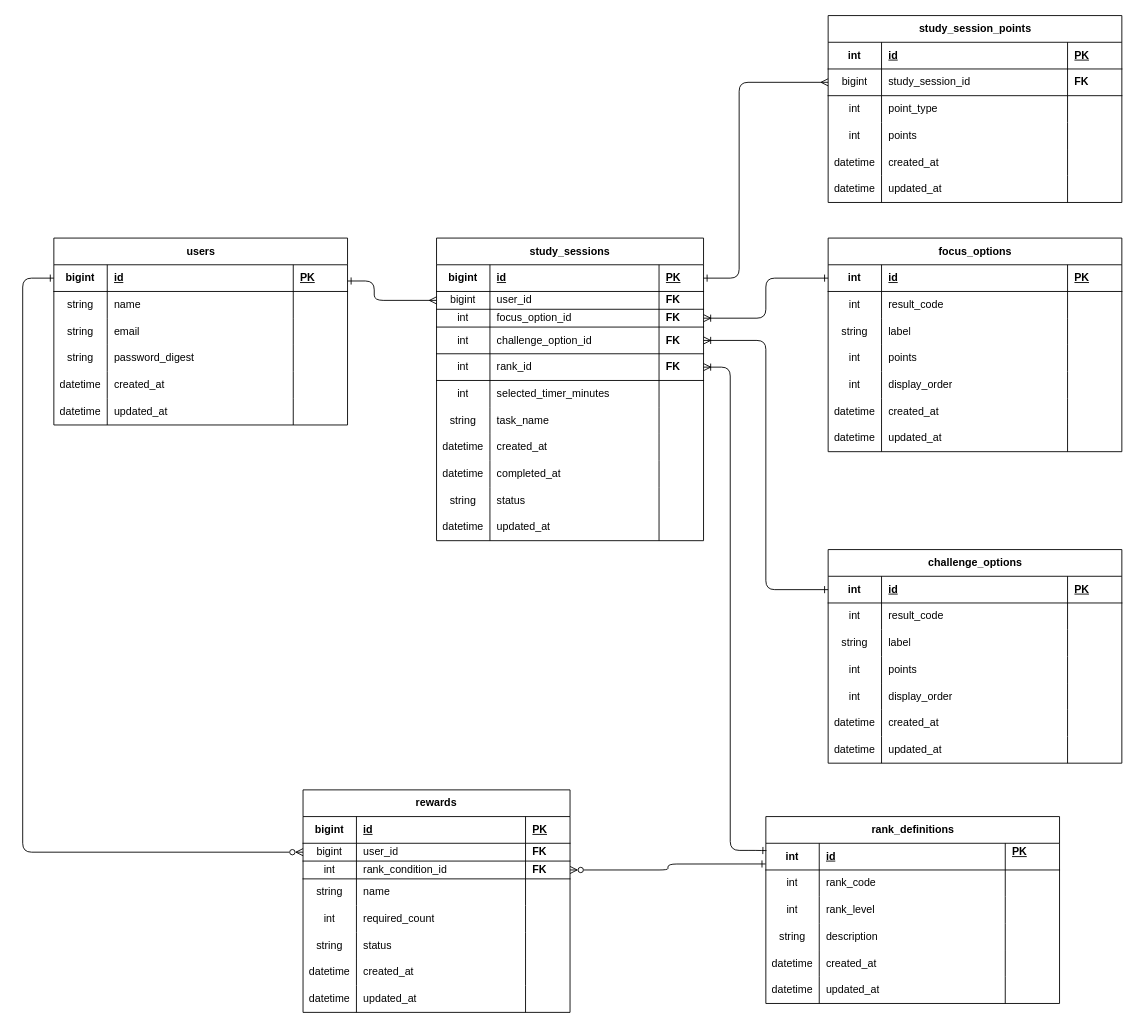
3106ksk/learning-quest keeps this draw.io diagram as .drawio. Above is the earlier version. Source tidied: cells renumbered, new cells numbered last; positions are measured from the earlier drawing's top-left corner, leaving out a move shared by most shapes. Both pictures are drawn from the tidied source at 89%, with x=0, y=0 at pixel (22, 15).
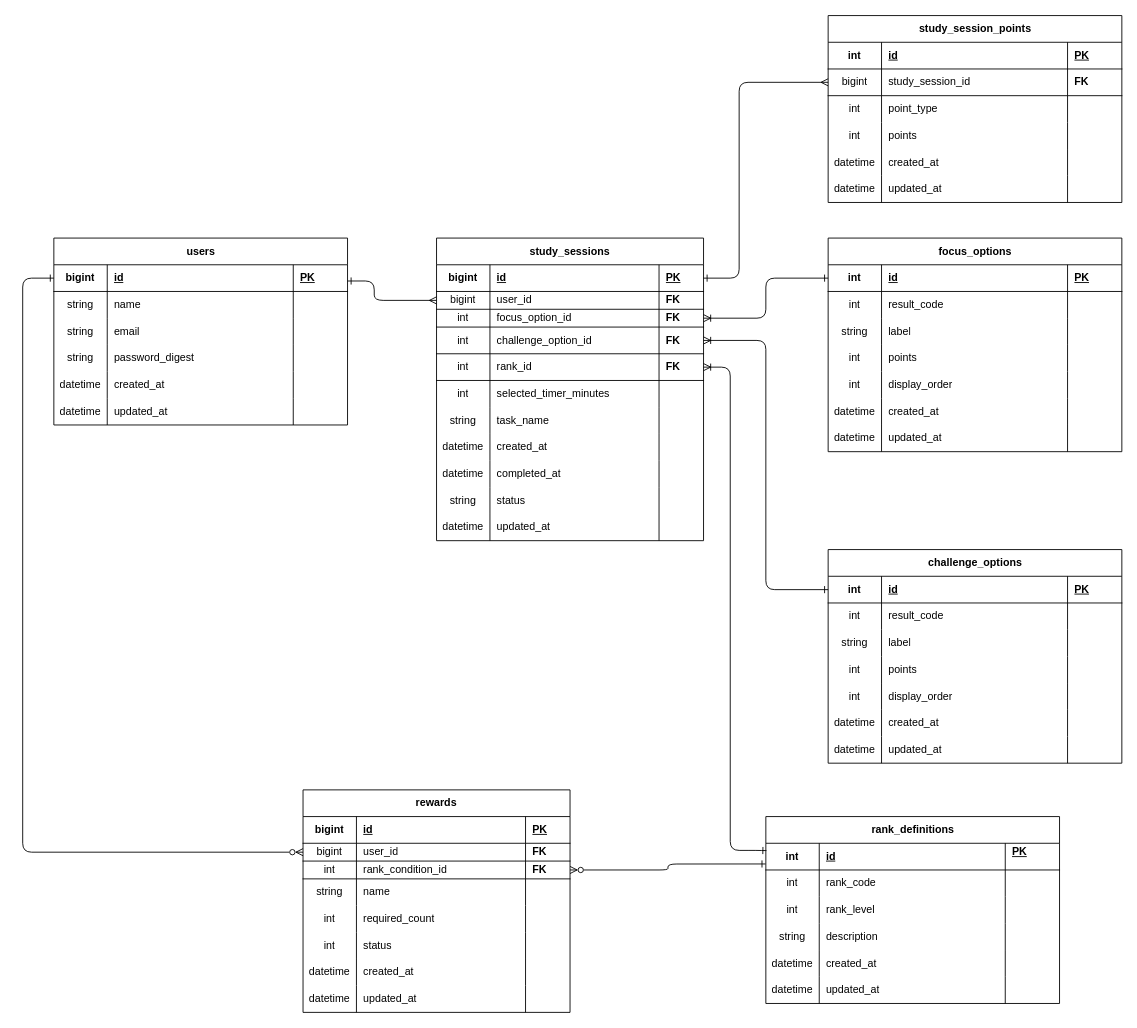
Above is the later version.

Commit message (it also covers changes not shown here):
docs:ER図のrewardsテーブルのstatusカラムの方修正

Unchanged cells that the change refers to:
```xml
<mxCell id="180" style="shape=tableRow;horizontal=0;startSize=0;swimlaneHead=0;swimlaneBody=0;fillColor=none;top=0;left=0;right=0;bottom=0;html=1;" parent="159" vertex="1">
  <mxGeometry y="160" width="300" height="30" as="geometry" />
</mxCell>
```

What changed in the source:
```diff
@@
-    <mxCell id="181" value="string" style="shape=partialRectangle;fillColor=none;top=0;left=0;bottom=0;right=0;overflow=hidden;html=1;whiteSpace=wrap;" parent="180" vertex="1">
+    <mxCell id="181" value="int" style="shape=partialRectangle;fillColor=none;top=0;left=0;bottom=0;right=0;overflow=hidden;html=1;whiteSpace=wrap;" parent="180" vertex="1">
       <mxGeometry width="60" height="30" as="geometry" />
     </mxCell>
```
